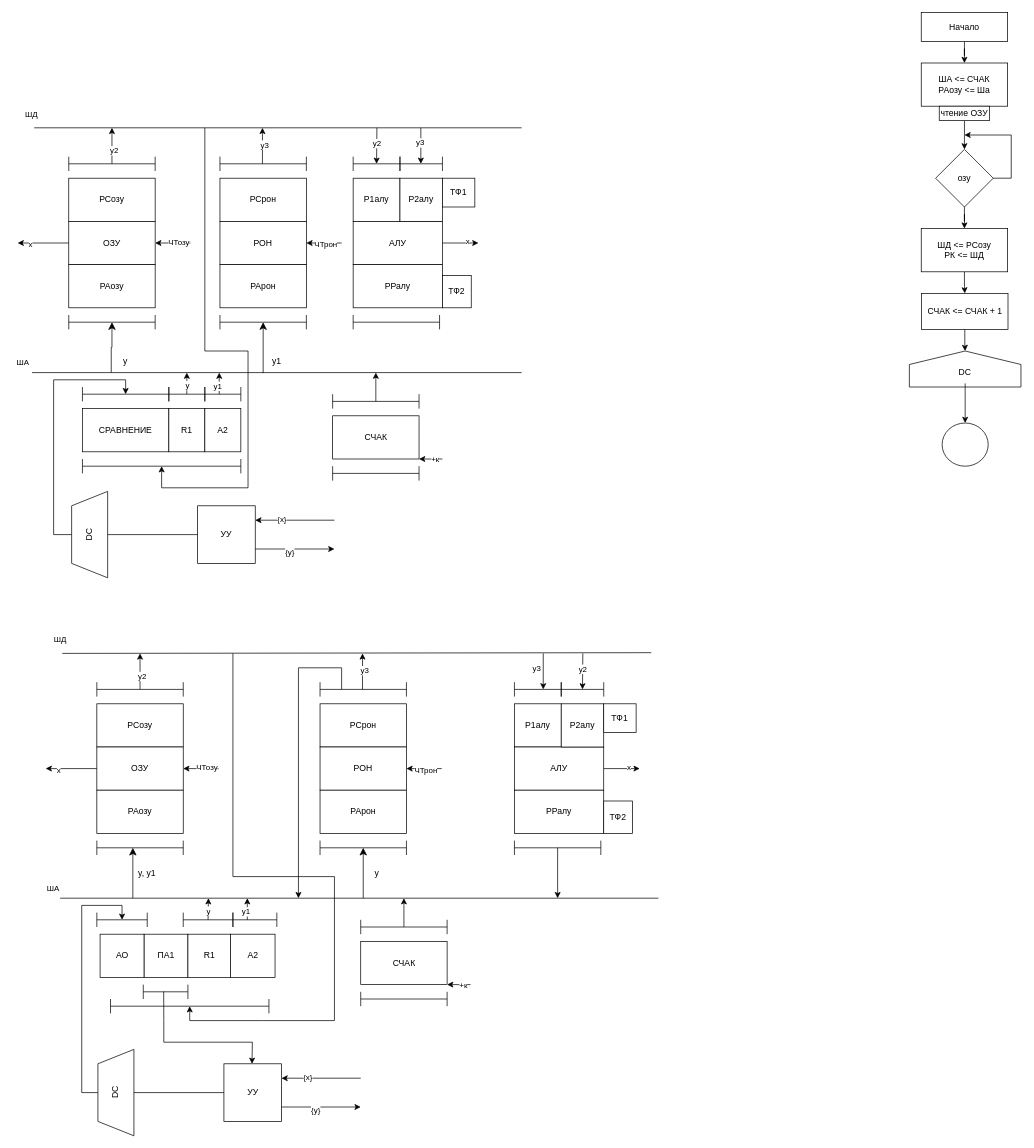
Idontlikeni/fourth_semestr keeps this draw.io diagram as Schematics/Untitled Diagram.drawio. Above is the earlier version. Source tidied: cells renumbered, new cells numbered last; positions are measured from the earlier drawing's top-left corner, leaving out a move shared by most shapes. Both pictures are drawn from the tidied source at 72%, with x=0, y=0 at pixel (17, 12).
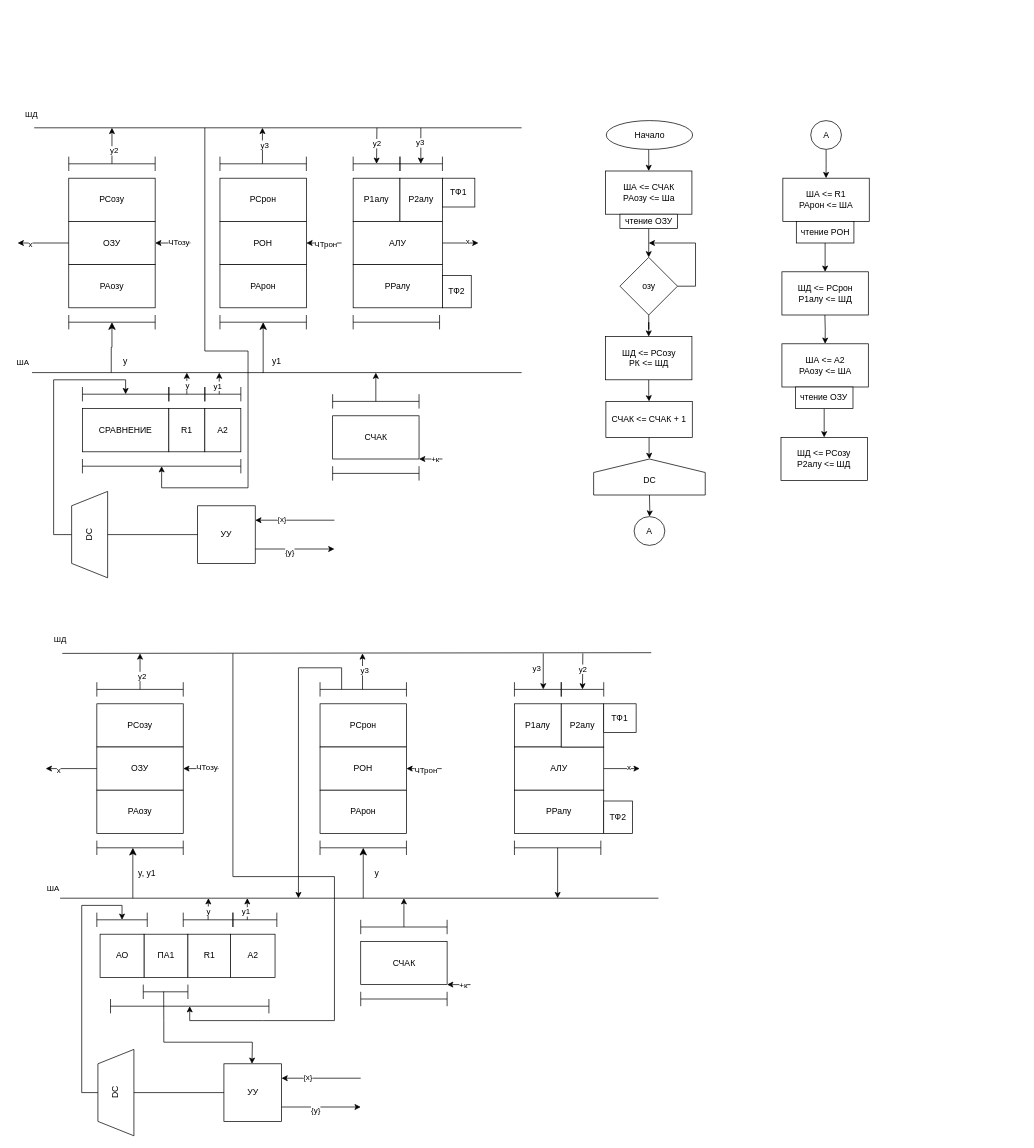
Above is the later version.

What changed in the source:
```diff
@@
     <mxCell id="69" value="ША &amp;lt;= СЧАК&lt;div&gt;РАозу &amp;lt;= Ша&lt;/div&gt;" style="rounded=0;whiteSpace=wrap;html=1;" parent="1" vertex="1">
-      <mxGeometry x="1255" y="70" width="120" height="60" as="geometry" />
+      <mxGeometry x="816.5" y="220" width="120" height="60" as="geometry" />
     </mxCell>
@@
     <mxCell id="71" value="чтение ОЗУ" style="rounded=0;whiteSpace=wrap;html=1;" parent="1" vertex="1">
-      <mxGeometry x="1280" y="130" width="70" height="20" as="geometry" />
+      <mxGeometry x="836.5" y="280" width="80" height="20" as="geometry" />
     </mxCell>
@@
-    <mxCell id="74" style="edgeStyle=orthogonalEdgeStyle;rounded=0;jettySize=auto;html=1;entryX=0.5;entryY=0;entryDx=0;entryDy=0;" parent="1" edge="1" source="75" target="69">
-      <mxGeometry relative="1" as="geometry" />
+    <mxCell id="74" style="edgeStyle=orthogonalEdgeStyle;rounded=0;jettySize=auto;html=1;entryX=0.5;entryY=0;entryDx=0;entryDy=0;" parent="1" edge="1" target="69">
+      <mxGeometry relative="1" as="geometry">
+        <mxPoint x="876.5" y="190" as="sourcePoint" />
+      </mxGeometry>
     </mxCell>
-    <mxCell id="75" value="Начало" style="rounded=0;whiteSpace=wrap;html=1;" parent="1" vertex="1">
-      <mxGeometry x="1255" width="120" height="40" as="geometry" />
-    </mxCell>
@@
     <mxCell id="77" value="озу" style="rhombus;whiteSpace=wrap;html=1;" parent="1" vertex="1">
-      <mxGeometry x="1275" y="190" width="80" height="80" as="geometry" />
+      <mxGeometry x="836.5" y="340" width="80" height="80" as="geometry" />
     </mxCell>
@@
     <mxCell id="152" style="endArrow=classic;html=1;rounded=0;exitX=1;exitY=0.5;exitDx=0;exitDy=0;" parent="1" edge="1" source="77">
       <mxGeometry relative="1" as="geometry">
-        <mxPoint x="1315" y="170" as="targetPoint" />
+        <mxPoint x="876.5" y="320" as="targetPoint" />
         <Array as="points">
-          <mxPoint x="1380" y="230" />
-          <mxPoint x="1380" y="170" />
+          <mxPoint x="941.5" y="380" />
+          <mxPoint x="941.5" y="320" />
         </Array>
       </mxGeometry>
     </mxCell>
@@
     <mxCell id="154" value="ШД &amp;lt;= РСозу&lt;div&gt;РК &amp;lt;= ШД&lt;/div&gt;" style="whiteSpace=wrap;html=1;" parent="1" vertex="1">
-      <mxGeometry x="1255" y="300" width="120" height="60" as="geometry" />
+      <mxGeometry x="816.5" y="450" width="120" height="60" as="geometry" />
     </mxCell>
     <mxCell id="155" style="shape=offPageConnector;whiteSpace=wrap;html=1;rotation=-180;" parent="1" vertex="1">
-      <mxGeometry x="1238.5" y="470" width="155" height="50" as="geometry" />
+      <mxGeometry x="800" y="620" width="155" height="50" as="geometry" />
     </mxCell>
@@
     <mxCell id="157" value="СЧАК &amp;lt;= СЧАК + 1" style="rounded=0;whiteSpace=wrap;html=1;" parent="1" vertex="1">
-      <mxGeometry x="1255.5" y="390" width="120" height="50" as="geometry" />
+      <mxGeometry x="817" y="540" width="120" height="50" as="geometry" />
     </mxCell>
-    <mxCell id="158" style="edgeStyle=orthogonalEdgeStyle;rounded=0;jettySize=auto;html=1;" parent="1" edge="1" source="159" target="160">
-      <mxGeometry relative="1" as="geometry" />
+    <mxCell id="158" style="edgeStyle=orthogonalEdgeStyle;rounded=0;jettySize=auto;html=1;" parent="1" edge="1" target="160">
+      <mxGeometry relative="1" as="geometry">
+        <mxPoint x="877.5" y="670" as="sourcePoint" />
+      </mxGeometry>
     </mxCell>
     <mxCell id="159" value="DC" style="text;html=1;align=center;verticalAlign=middle;whiteSpace=wrap;rounded=0;" parent="1" vertex="1">
-      <mxGeometry x="1286" y="485" width="60" height="30" as="geometry" />
+      <mxGeometry x="847.5" y="635" width="60" height="30" as="geometry" />
     </mxCell>
-    <mxCell id="160" style="ellipse;whiteSpace=wrap;html=1;" parent="1" vertex="1">
-      <mxGeometry x="1284" y="570" width="64" height="60" as="geometry" />
+    <mxCell id="160" value="A" style="ellipse;whiteSpace=wrap;html=1;" parent="1" vertex="1">
+      <mxGeometry x="856.2" y="700" width="42.7" height="40" as="geometry" />
     </mxCell>
+    <mxCell id="75" value="Начало" style="ellipse;whiteSpace=wrap;html=1;" parent="1" vertex="1">
+      <mxGeometry x="817.5" y="150" width="120" height="40" as="geometry" />
+    </mxCell>
+    <mxCell id="161" style="edgeStyle=orthogonalEdgeStyle;rounded=0;jettySize=auto;html=1;" parent="1" edge="1" source="162" target="163">
+      <mxGeometry relative="1" as="geometry" />
+    </mxCell>
+    <mxCell id="162" value="A" style="ellipse;whiteSpace=wrap;html=1;" parent="1" vertex="1">
+      <mxGeometry x="1101.5" y="150" width="42.7" height="40" as="geometry" />
+    </mxCell>
+    <mxCell id="163" value="&lt;div&gt;ША &amp;lt;= R1&lt;/div&gt;&lt;div&gt;РАрон &amp;lt;= ША&lt;/div&gt;" style="whiteSpace=wrap;html=1;" parent="1" vertex="1">
+      <mxGeometry x="1062.8" y="230" width="120" height="60" as="geometry" />
+    </mxCell>
+    <mxCell id="164" style="edgeStyle=orthogonalEdgeStyle;rounded=0;jettySize=auto;html=1;" parent="1" edge="1" source="165" target="166">
+      <mxGeometry relative="1" as="geometry" />
+    </mxCell>
+    <mxCell id="165" value="чтение РОН" style="rounded=0;whiteSpace=wrap;html=1;" parent="1" vertex="1">
+      <mxGeometry x="1081.5" y="290" width="80" height="30" as="geometry" />
+    </mxCell>
+    <mxCell id="166" value="&lt;div&gt;ШД &amp;lt;= РСрон&lt;/div&gt;&lt;div&gt;Р1алу &amp;lt;= ШД&lt;/div&gt;" style="whiteSpace=wrap;html=1;rounded=0;" parent="1" vertex="1">
+      <mxGeometry x="1061.5" y="360" width="120" height="60" as="geometry" />
+    </mxCell>
+    <mxCell id="167" style="edgeStyle=orthogonalEdgeStyle;rounded=0;jettySize=auto;html=1;" parent="1" edge="1" target="168">
+      <mxGeometry relative="1" as="geometry">
+        <mxPoint x="1121.2" y="420" as="sourcePoint" />
+      </mxGeometry>
+    </mxCell>
+    <mxCell id="168" value="&lt;div&gt;ША &amp;lt;= A2&lt;/div&gt;&lt;div&gt;РАозу &amp;lt;= ША&lt;/div&gt;" style="whiteSpace=wrap;html=1;" parent="1" vertex="1">
+      <mxGeometry x="1061.5" y="460" width="120" height="60" as="geometry" />
+    </mxCell>
+    <mxCell id="169" style="edgeStyle=orthogonalEdgeStyle;rounded=0;jettySize=auto;html=1;" parent="1" edge="1" source="170" target="171">
+      <mxGeometry relative="1" as="geometry" />
+    </mxCell>
+    <mxCell id="170" value="чтение ОЗУ" style="rounded=0;whiteSpace=wrap;html=1;" parent="1" vertex="1">
+      <mxGeometry x="1080.2" y="520" width="80" height="30" as="geometry" />
+    </mxCell>
+    <mxCell id="171" value="&lt;div&gt;ШД &amp;lt;= РСозу&lt;/div&gt;&lt;div&gt;Р2алу &amp;lt;= ШД&lt;/div&gt;" style="whiteSpace=wrap;html=1;rounded=0;" parent="1" vertex="1">
+      <mxGeometry x="1060.2" y="590" width="120" height="60" as="geometry" />
+    </mxCell>
```
